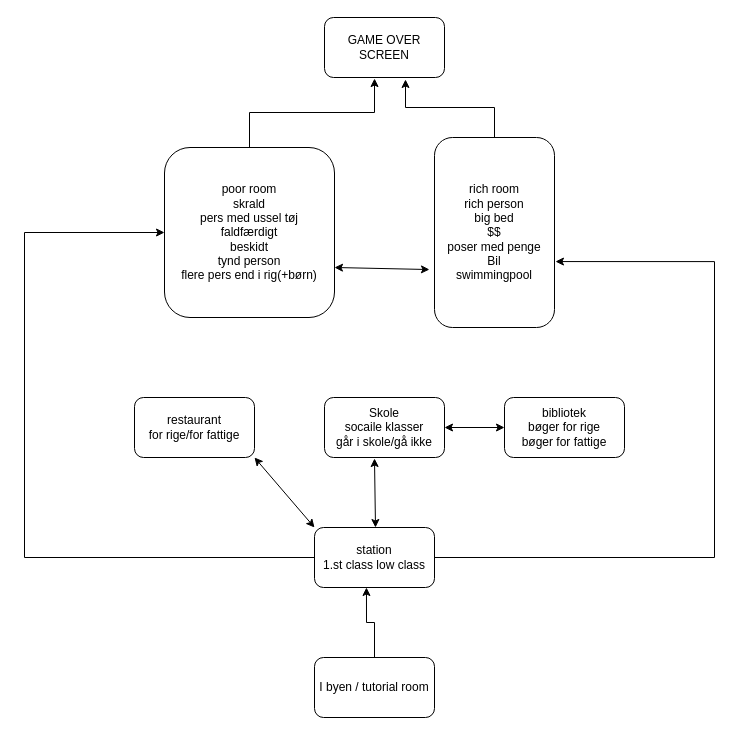
sival19/Den-bedste-gruppe keeps this draw.io diagram as spil.drawio. Above is the earlier version. Source tidied: cells renumbered, new cells numbered last; positions are measured from the earlier drawing's top-left corner, leaving out a move shared by most shapes. Both pictures are drawn from the tidied source at 100%, with x=0, y=0 at pixel (24, 17).
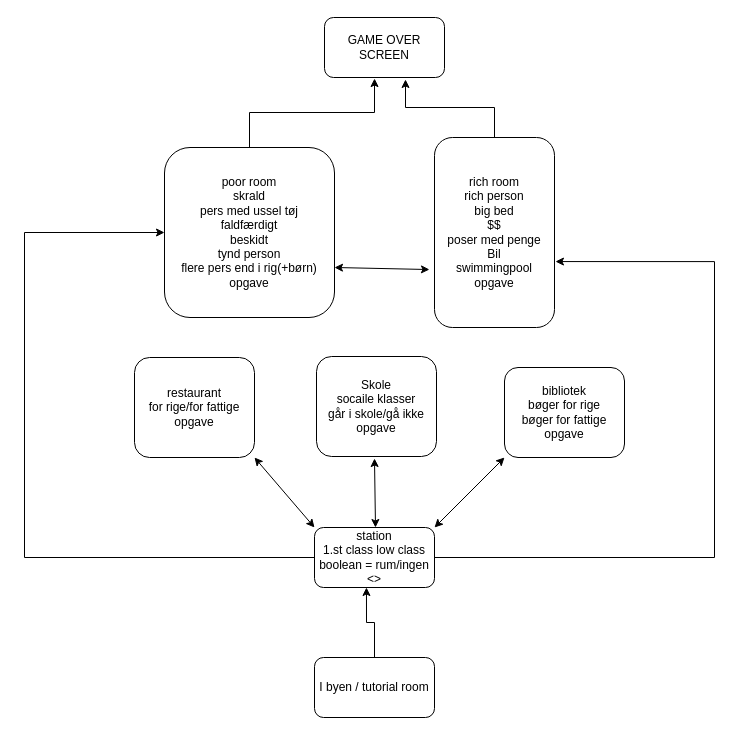
The same page after the edit.

Change to the diagram source:
```diff
@@
-    <mxCell id="5" value="poor room&lt;br&gt;skrald&lt;br&gt;pers med ussel tøj&lt;br&gt;faldfærdigt&lt;br&gt;beskidt&lt;br&gt;tynd person&lt;br&gt;flere pers end i rig(+børn)" style="rounded=1;whiteSpace=wrap;html=1;" parent="1" vertex="1">
+    <mxCell id="5" value="poor room&lt;br&gt;skrald&lt;br&gt;pers med ussel tøj&lt;br&gt;faldfærdigt&lt;br&gt;beskidt&lt;br&gt;tynd person&lt;br&gt;flere pers end i rig(+børn)&lt;br&gt;opgave" style="rounded=1;whiteSpace=wrap;html=1;" parent="1" vertex="1">
       <mxGeometry x="140" y="130" width="170" height="170" as="geometry" />
     </mxCell>
@@
-    <mxCell id="7" value="rich room&lt;br&gt;rich person&lt;br&gt;big bed&lt;br&gt;$$&lt;br&gt;poser med penge&lt;br&gt;Bil&lt;br&gt;swimmingpool" style="rounded=1;whiteSpace=wrap;html=1;" parent="1" vertex="1">
+    <mxCell id="7" value="rich room&lt;br&gt;rich person&lt;br&gt;big bed&lt;br&gt;$$&lt;br&gt;poser med penge&lt;br&gt;Bil&lt;br&gt;swimmingpool&lt;br&gt;opgave" style="rounded=1;whiteSpace=wrap;html=1;" parent="1" vertex="1">
       <mxGeometry x="410" y="120" width="120" height="190" as="geometry" />
     </mxCell>
-    <mxCell id="8" value="Skole&lt;br&gt;socaile klasser&lt;br&gt;går i skole/gå ikke" style="rounded=1;whiteSpace=wrap;html=1;" parent="1" vertex="1">
-      <mxGeometry x="300" y="380" width="120" height="60" as="geometry" />
+    <mxCell id="8" value="Skole&lt;br&gt;socaile klasser&lt;br&gt;går i skole/gå ikke&lt;br&gt;opgave" style="rounded=1;whiteSpace=wrap;html=1;" parent="1" vertex="1">
+      <mxGeometry x="292" y="339" width="120" height="100" as="geometry" />
     </mxCell>
-    <mxCell id="9" value="bibliotek&lt;br&gt;bøger for rige&lt;br&gt;bøger for fattige" style="rounded=1;whiteSpace=wrap;html=1;" parent="1" vertex="1">
-      <mxGeometry x="480" y="380" width="120" height="60" as="geometry" />
+    <mxCell id="9" value="bibliotek&lt;br&gt;bøger for rige&lt;br&gt;bøger for fattige&lt;br&gt;opgave" style="rounded=1;whiteSpace=wrap;html=1;" parent="1" vertex="1">
+      <mxGeometry x="480" y="350" width="120" height="90" as="geometry" />
     </mxCell>
@@
-    <mxCell id="12" value="station&lt;br&gt;1.st class low class" style="rounded=1;whiteSpace=wrap;html=1;" parent="1" vertex="1">
+    <mxCell id="12" value="station&lt;br&gt;1.st class low class&lt;br&gt;boolean = rum/ingen &amp;lt;&amp;gt;" style="rounded=1;whiteSpace=wrap;html=1;" parent="1" vertex="1">
       <mxGeometry x="290" y="510" width="120" height="60" as="geometry" />
     </mxCell>
-    <mxCell id="13" value="restaurant&lt;br&gt;for rige/for fattige" style="rounded=1;whiteSpace=wrap;html=1;" parent="1" vertex="1">
-      <mxGeometry x="110" y="380" width="120" height="60" as="geometry" />
+    <mxCell id="13" value="restaurant&lt;br&gt;for rige/for fattige&lt;br&gt;opgave" style="rounded=1;whiteSpace=wrap;html=1;" parent="1" vertex="1">
+      <mxGeometry x="110" y="340" width="120" height="100" as="geometry" />
     </mxCell>
@@
-    <mxCell id="17" style="endArrow=classic;startArrow=classic;html=1;entryX=0;entryY=0.5;entryDx=0;entryDy=0;" parent="1" edge="1" target="9">
-      <mxGeometry relative="1" as="geometry">
-        <mxPoint x="420" y="410" as="sourcePoint" />
-      </mxGeometry>
+    <mxCell id="17" style="endArrow=classic;startArrow=classic;html=1;entryX=0;entryY=1;entryDx=0;entryDy=0;exitX=1;exitY=0;exitDx=0;exitDy=0;" parent="1" edge="1" source="12" target="9">
+      <mxGeometry relative="1" as="geometry" />
     </mxCell>
```
